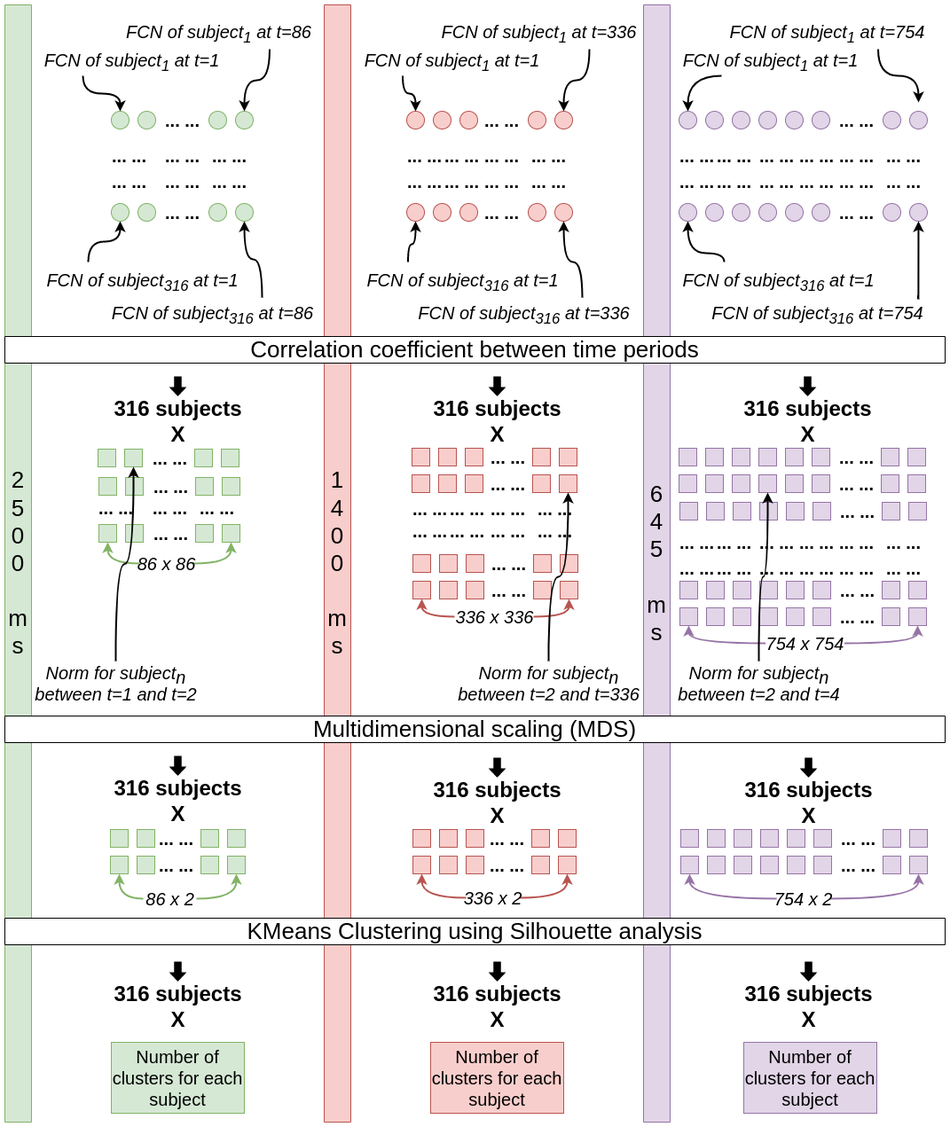
harp-lab/TemporalBrainPH keeps this draw.io diagram as drawing/non_tda_pipeline.png. Above is the earlier version. Source tidied: cells renumbered, new cells last; positions are measured from the earlier drawing's top-left corner, leaving out a move shared by most shapes.
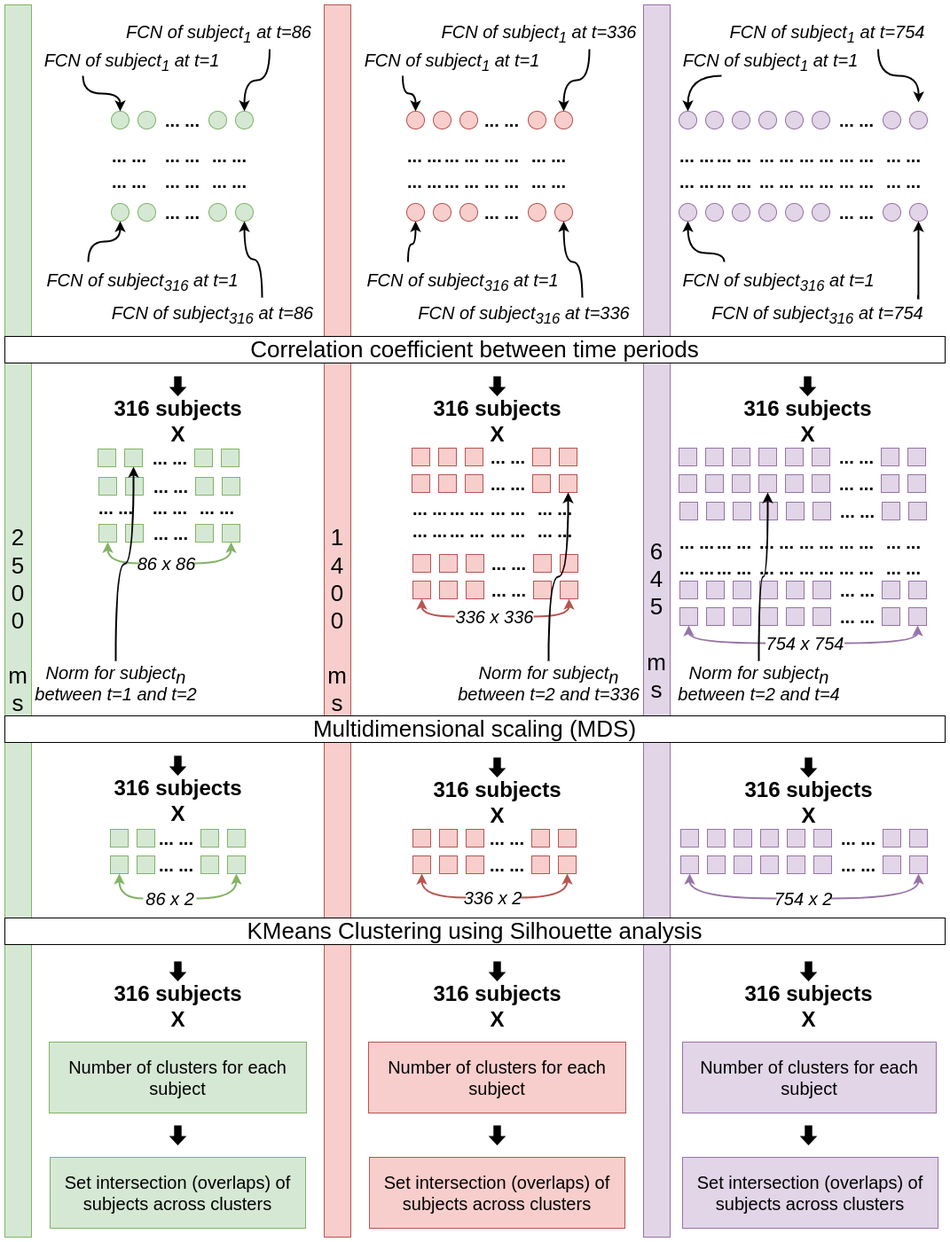
After the commit.

The edit, as a diff of the source:
```diff
@@ -3,7 +3,7 @@
     <mxCell id="0" />
     <mxCell id="1" parent="0" />
     <mxCell id="2" value="&lt;font style=&quot;font-size: 26px;&quot;&gt;2&lt;br&gt;5&lt;br&gt;0&lt;br&gt;0 &lt;br&gt;&lt;br&gt;m&lt;br&gt;s&lt;/font&gt;" style="rounded=0;whiteSpace=wrap;html=1;direction=south;strokeColor=#82b366;fillColor=#d5e8d4;" parent="1" vertex="1">
-      <mxGeometry width="30" height="1260" as="geometry" />
+      <mxGeometry width="30" height="1390" as="geometry" />
     </mxCell>
     <mxCell id="3" style="ellipse;whiteSpace=wrap;html=1;strokeColor=#82b366;fontSize=26;fillColor=#d5e8d4;" parent="1" vertex="1">
       <mxGeometry x="120" y="120" width="20" height="20" as="geometry" />
@@ -143,9 +143,6 @@
     <mxCell id="48" value="&lt;font style=&quot;font-size: 20px; line-height: 0;&quot;&gt;Norm for subject&lt;sub style=&quot;font-size: 20px;&quot;&gt;n&lt;/sub&gt;&lt;br style=&quot;font-size: 20px;&quot;&gt;between t=1 and t=2&lt;br style=&quot;font-size: 20px;&quot;&gt;&lt;/font&gt;" style="text;html=1;fontSize=20;fontStyle=2;verticalAlign=middle;align=center;spacing=0;" parent="1" vertex="1">
       <mxGeometry x="60.5" y="740" width="129" height="50" as="geometry" />
     </mxCell>
-    <mxCell id="49" value="&lt;font style=&quot;font-size: 20px;&quot;&gt;Number of clusters for each subject&lt;/font&gt;" style="whiteSpace=wrap;html=1;fontSize=12;fillColor=#d5e8d4;strokeColor=#82b366;" parent="1" vertex="1">
-      <mxGeometry x="120" y="1170" width="150" height="80" as="geometry" />
-    </mxCell>
     <mxCell id="50" style="whiteSpace=wrap;html=1;fontSize=12;fillColor=#d5e8d4;strokeColor=#82b366;" parent="1" vertex="1">
       <mxGeometry x="119" y="930" width="20" height="20" as="geometry" />
     </mxCell>
@@ -210,7 +207,7 @@
       <mxGeometry x="77.5" width="15" height="20" as="geometry" />
     </mxCell>
     <mxCell id="71" value="&lt;font style=&quot;font-size: 26px;&quot;&gt;1&lt;br&gt;4&lt;br&gt;0&lt;br&gt;0 &lt;br&gt;&lt;br&gt;m&lt;br&gt;s&lt;/font&gt;" style="rounded=0;whiteSpace=wrap;html=1;direction=south;strokeColor=#b85450;fillColor=#f8cecc;" parent="1" vertex="1">
-      <mxGeometry x="360" width="30" height="1260" as="geometry" />
+      <mxGeometry x="360" width="30" height="1390" as="geometry" />
     </mxCell>
     <mxCell id="72" style="ellipse;whiteSpace=wrap;html=1;strokeColor=#b85450;fontSize=26;fillColor=#f8cecc;" parent="1" vertex="1">
       <mxGeometry x="453" y="120" width="20" height="20" as="geometry" />
@@ -365,9 +362,6 @@
     <mxCell id="122" value="&lt;font style=&quot;font-size: 20px; line-height: 0;&quot;&gt;336 x 336&lt;br style=&quot;font-size: 20px;&quot;&gt;&lt;/font&gt;" style="text;html=1;fontSize=20;fontStyle=2;verticalAlign=middle;align=center;spacing=0;fillColor=none;strokeColor=none;" parent="1" vertex="1">
       <mxGeometry x="507" y="680" width="89" height="20" as="geometry" />
     </mxCell>
-    <mxCell id="123" value="&lt;span style=&quot;font-size: 20px;&quot;&gt;Number of clusters for each subject&lt;/span&gt;" style="whiteSpace=wrap;html=1;fontSize=12;fillColor=#f8cecc;strokeColor=#b85450;" parent="1" vertex="1">
-      <mxGeometry x="480" y="1170" width="150" height="80" as="geometry" />
-    </mxCell>
     <mxCell id="124" style="whiteSpace=wrap;html=1;fontSize=12;fillColor=#f8cecc;strokeColor=#b85450;" parent="1" vertex="1">
       <mxGeometry x="460" y="930" width="20" height="20" as="geometry" />
     </mxCell>
@@ -441,7 +435,7 @@
       <mxGeometry x="77.5" width="15" height="20" as="geometry" />
     </mxCell>
     <mxCell id="148" value="&lt;font style=&quot;font-size: 26px;&quot;&gt;6&lt;br&gt;4&lt;br&gt;5&lt;br&gt;&lt;br&gt;m&lt;br&gt;s&lt;/font&gt;" style="rounded=0;whiteSpace=wrap;html=1;direction=south;strokeColor=#9673a6;fillColor=#e1d5e7;" parent="1" vertex="1">
-      <mxGeometry x="720" width="30" height="1260" as="geometry" />
+      <mxGeometry x="720" width="30" height="1390" as="geometry" />
     </mxCell>
     <mxCell id="149" style="ellipse;whiteSpace=wrap;html=1;strokeColor=#9673a6;fontSize=26;fillColor=#e1d5e7;" parent="1" vertex="1">
       <mxGeometry x="760" y="120" width="20" height="20" as="geometry" />
@@ -713,9 +707,6 @@
     <mxCell id="238" value="&lt;font style=&quot;font-size: 20px; line-height: 0;&quot;&gt;754 x 754&lt;br style=&quot;font-size: 20px;&quot;&gt;&lt;/font&gt;" style="text;html=1;fontSize=20;fontStyle=2;verticalAlign=middle;align=center;spacing=0;fillColor=none;strokeColor=none;" parent="1" vertex="1">
       <mxGeometry x="857.5" y="710" width="89" height="20" as="geometry" />
     </mxCell>
-    <mxCell id="239" value="&lt;span style=&quot;font-size: 20px;&quot;&gt;Number of clusters for each subject&lt;/span&gt;" style="whiteSpace=wrap;html=1;fontSize=12;fillColor=#e1d5e7;strokeColor=#9673a6;" parent="1" vertex="1">
-      <mxGeometry x="833" y="1170" width="150" height="80" as="geometry" />
-    </mxCell>
     <mxCell id="240" style="whiteSpace=wrap;html=1;fontSize=12;fillColor=#e1d5e7;strokeColor=#9673a6;" parent="1" vertex="1">
       <mxGeometry x="762" y="930" width="20" height="20" as="geometry" />
     </mxCell>
@@ -919,5 +910,32 @@
         </Array>
       </mxGeometry>
     </mxCell>
+    <mxCell id="49" value="&lt;font style=&quot;font-size: 20px;&quot;&gt;Number of clusters for each subject&lt;/font&gt;" style="whiteSpace=wrap;html=1;fontSize=12;fillColor=#d5e8d4;strokeColor=#82b366;" parent="1" vertex="1">
+      <mxGeometry x="50" y="1170" width="290" height="80" as="geometry" />
+    </mxCell>
+    <mxCell id="123" value="&lt;span style=&quot;font-size: 20px;&quot;&gt;Number of clusters for each subject&lt;/span&gt;" style="whiteSpace=wrap;html=1;fontSize=12;fillColor=#f8cecc;strokeColor=#b85450;" parent="1" vertex="1">
+      <mxGeometry x="410" y="1170" width="290" height="80" as="geometry" />
+    </mxCell>
+    <mxCell id="239" value="&lt;span style=&quot;font-size: 20px;&quot;&gt;Number of clusters for each subject&lt;/span&gt;" style="whiteSpace=wrap;html=1;fontSize=12;fillColor=#e1d5e7;strokeColor=#9673a6;" parent="1" vertex="1">
+      <mxGeometry x="764" y="1170" width="286" height="80" as="geometry" />
+    </mxCell>
+    <mxCell id="299" style="shape=mxgraph.arrows.arrow_down;html=1;verticalLabelPosition=bottom;verticalAlign=top;strokeWidth=2;fontSize=26;fillColor=#000000;" parent="1" vertex="1">
+      <mxGeometry x="187.5" y="1265" width="15" height="20" as="geometry" />
+    </mxCell>
+    <mxCell id="300" value="&lt;font style=&quot;font-size: 20px;&quot;&gt;Set intersection (overlaps) of subjects across clusters&lt;/font&gt;" style="whiteSpace=wrap;html=1;fontSize=12;fillColor=#d5e8d4;strokeColor=#82b366;" parent="1" vertex="1">
+      <mxGeometry x="51" y="1300" width="288" height="80" as="geometry" />
+    </mxCell>
+    <mxCell id="301" style="shape=mxgraph.arrows.arrow_down;html=1;verticalLabelPosition=bottom;verticalAlign=top;strokeWidth=2;fontSize=26;fillColor=#000000;" parent="1" vertex="1">
+      <mxGeometry x="547.5" y="1265" width="15" height="20" as="geometry" />
+    </mxCell>
+    <mxCell id="302" value="&lt;font style=&quot;font-size: 20px;&quot;&gt;Set intersection (overlaps) of subjects across clusters&lt;/font&gt;" style="whiteSpace=wrap;html=1;fontSize=12;fillColor=#f8cecc;strokeColor=#b85450;" parent="1" vertex="1">
+      <mxGeometry x="411" y="1300" width="288" height="80" as="geometry" />
+    </mxCell>
+    <mxCell id="303" style="shape=mxgraph.arrows.arrow_down;html=1;verticalLabelPosition=bottom;verticalAlign=top;strokeWidth=2;fontSize=26;fillColor=#000000;" parent="1" vertex="1">
+      <mxGeometry x="898.5" y="1265" width="15" height="20" as="geometry" />
+    </mxCell>
+    <mxCell id="304" value="&lt;font style=&quot;font-size: 20px;&quot;&gt;Set intersection (overlaps) of subjects across clusters&lt;/font&gt;" style="whiteSpace=wrap;html=1;fontSize=12;fillColor=#e1d5e7;strokeColor=#9673a6;" parent="1" vertex="1">
+      <mxGeometry x="764" y="1300" width="288" height="80" as="geometry" />
+    </mxCell>
   </root>
 </mxGraphModel>
```
